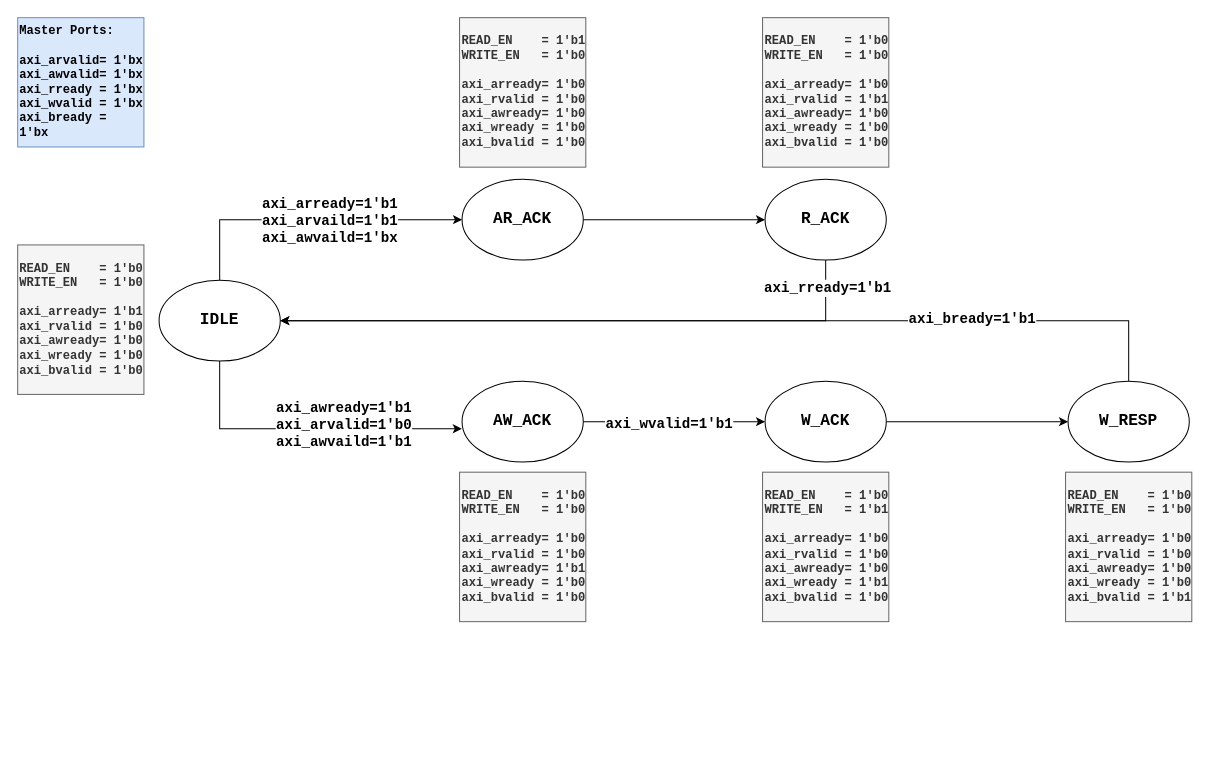
The draw.io diagram documentation/diagram/axi4lite_interface/axi4lite_slave_fsm.drawio in sights-c/jTDC_with_PCIe, before the edit. Source tidied: cells renumbered, new cells numbered last; positions are measured from the earlier drawing's top-left corner, leaving out a move shared by most shapes. Both pictures are drawn from the tidied source at 101%, with x=0, y=0 at pixel (17, 17).
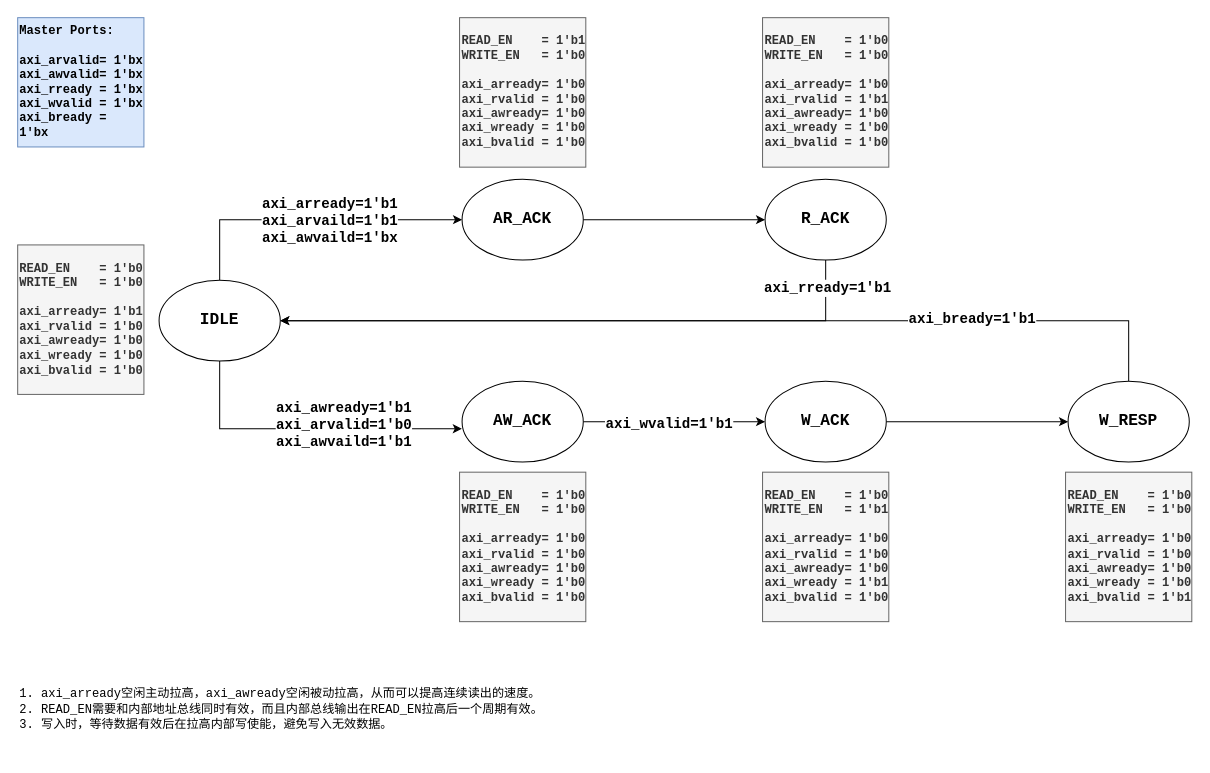
Above is the later version.

Diff of the diagram source:
```diff
@@
-    <mxCell id="22" value="&lt;div&gt;&lt;font&gt;READ_EN&amp;nbsp; &amp;nbsp; = 1'b0&lt;/font&gt;&lt;/div&gt;&lt;div&gt;&lt;font&gt;WRITE_EN&amp;nbsp; &amp;nbsp;= 1'b0&lt;br&gt;&lt;/font&gt;&lt;/div&gt;&lt;font&gt;&lt;div&gt;&lt;font&gt;&lt;br&gt;&lt;/font&gt;&lt;/div&gt;axi_arready= 1'b0&lt;/font&gt;&lt;div&gt;axi_rvalid = 1'b0&lt;br&gt;&lt;div&gt;axi_awready= 1'b1&lt;br&gt;&lt;div&gt;&lt;font&gt;axi_wready = 1'b0&lt;br&gt;&lt;/font&gt;&lt;/div&gt;&lt;div&gt;&lt;font&gt;axi_bvalid = 1'b0&lt;/font&gt;&lt;/div&gt;&lt;/div&gt;&lt;/div&gt;" style="rounded=0;whiteSpace=wrap;html=1;align=left;fillColor=#f5f5f5;fontColor=#333333;strokeColor=#666666;fontFamily=consolas;fontStyle=1;" parent="1" vertex="1">
+    <mxCell id="22" value="&lt;div&gt;&lt;font&gt;READ_EN&amp;nbsp; &amp;nbsp; = 1'b0&lt;/font&gt;&lt;/div&gt;&lt;div&gt;&lt;font&gt;WRITE_EN&amp;nbsp; &amp;nbsp;= 1'b0&lt;br&gt;&lt;/font&gt;&lt;/div&gt;&lt;font&gt;&lt;div&gt;&lt;font&gt;&lt;br&gt;&lt;/font&gt;&lt;/div&gt;axi_arready= 1'b0&lt;/font&gt;&lt;div&gt;axi_rvalid = 1'b0&lt;br&gt;&lt;div&gt;axi_awready= 1'b0&lt;br&gt;&lt;div&gt;&lt;font&gt;axi_wready = 1'b0&lt;br&gt;&lt;/font&gt;&lt;/div&gt;&lt;div&gt;&lt;font&gt;axi_bvalid = 1'b0&lt;/font&gt;&lt;/div&gt;&lt;/div&gt;&lt;/div&gt;" style="rounded=0;whiteSpace=wrap;html=1;align=left;fillColor=#f5f5f5;fontColor=#333333;strokeColor=#666666;fontFamily=consolas;fontStyle=1;" parent="1" vertex="1">
       <mxGeometry x="437.5" y="450" width="125" height="148" as="geometry" />
     </mxCell>
@@
+    <mxCell id="27" value="&lt;font face=&quot;consolas&quot;&gt;1. axi_arready空闲主动拉高，&lt;/font&gt;&lt;span style=&quot;font-family: consolas; background-color: initial;&quot;&gt;axi_awready空闲被动拉高，从而可以提高连续读出的速度。&lt;/span&gt;&lt;div&gt;&lt;span style=&quot;font-family: consolas; background-color: initial;&quot;&gt;2.&amp;nbsp;&lt;/span&gt;&lt;span style=&quot;font-family: consolas; background-color: initial;&quot;&gt;READ_EN需要和内部地址总线同时有效，而且&lt;/span&gt;&lt;span style=&quot;background-color: initial; font-family: consolas;&quot;&gt;内部总线输出在READ_EN拉高后一个周期有效。&lt;/span&gt;&lt;/div&gt;&lt;div&gt;&lt;span style=&quot;background-color: initial; font-family: consolas;&quot;&gt;3. 写入时，等待数据有效后在拉高内部写使能，避免写入无效数据。&lt;/span&gt;&lt;/div&gt;" style="text;html=1;align=left;verticalAlign=middle;whiteSpace=wrap;rounded=0;" parent="1" vertex="1">
+      <mxGeometry y="640" width="560" height="90" as="geometry" />
+    </mxCell>
```
